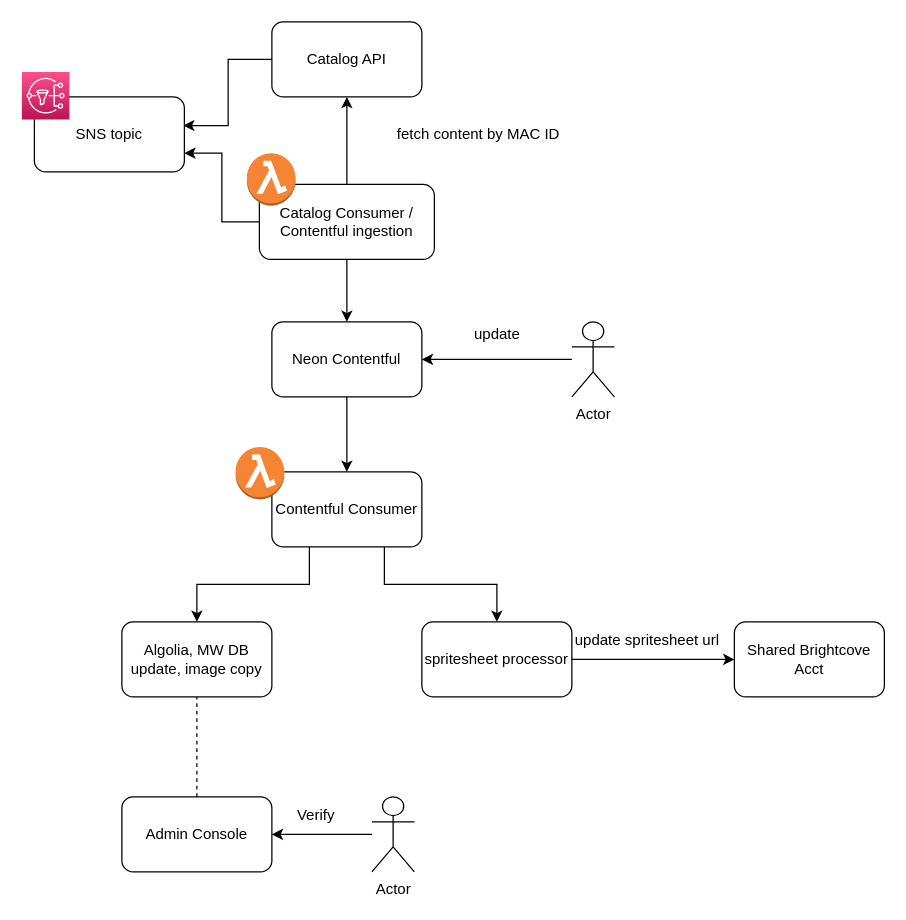
Before: Untitled Diagram.drawio in leoshao/diagrams, a draw.io diagram. Source tidied: cells renumbered, new cells numbered last; positions are measured from the earlier drawing's top-left corner, leaving out a move shared by most shapes. Both pictures are drawn from the tidied source at 125%, with x=0, y=0 at pixel (21, 21).
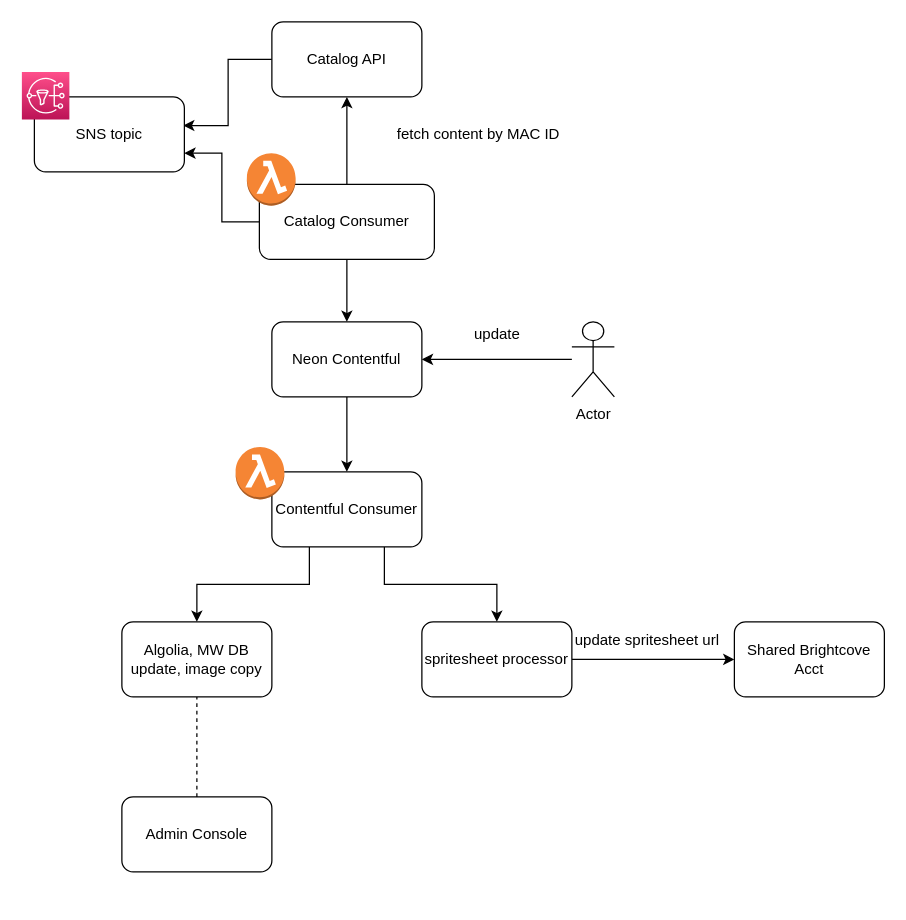
The same page after the edit.

The change refers to these unchanged cells:
```xml
<mxCell id="22" value="Admin Console" style="whiteSpace=wrap;html=1;rounded=1;" parent="1" vertex="1">
  <mxGeometry x="80" y="620" width="120" height="60" as="geometry" />
</mxCell>
```

Change to the diagram source:
```diff
@@
-    <mxCell id="9" value="Catalog Consumer / Contentful ingestion" style="rounded=1;whiteSpace=wrap;html=1;" parent="1" vertex="1">
+    <mxCell id="9" value="Catalog Consumer" style="rounded=1;whiteSpace=wrap;html=1;" parent="1" vertex="1">
       <mxGeometry x="190" y="130" width="140" height="60" as="geometry" />
     </mxCell>
@@
-    <mxCell id="23" style="edgeStyle=orthogonalEdgeStyle;rounded=0;jettySize=auto;html=1;" parent="1" edge="1" source="24" target="22">
-      <mxGeometry relative="1" as="geometry" />
-    </mxCell>
-    <mxCell id="24" value="Actor" style="shape=umlActor;verticalLabelPosition=bottom;verticalAlign=top;html=1;outlineConnect=0;" parent="1" vertex="1">
-      <mxGeometry x="280" y="620" width="34" height="60" as="geometry" />
-    </mxCell>
-    <mxCell id="25" value="Verify" style="text;html=1;align=center;verticalAlign=middle;strokeColor=none;fillColor=none;" parent="1" vertex="1">
-      <mxGeometry x="210" y="620" width="50" height="30" as="geometry" />
-    </mxCell>
```
